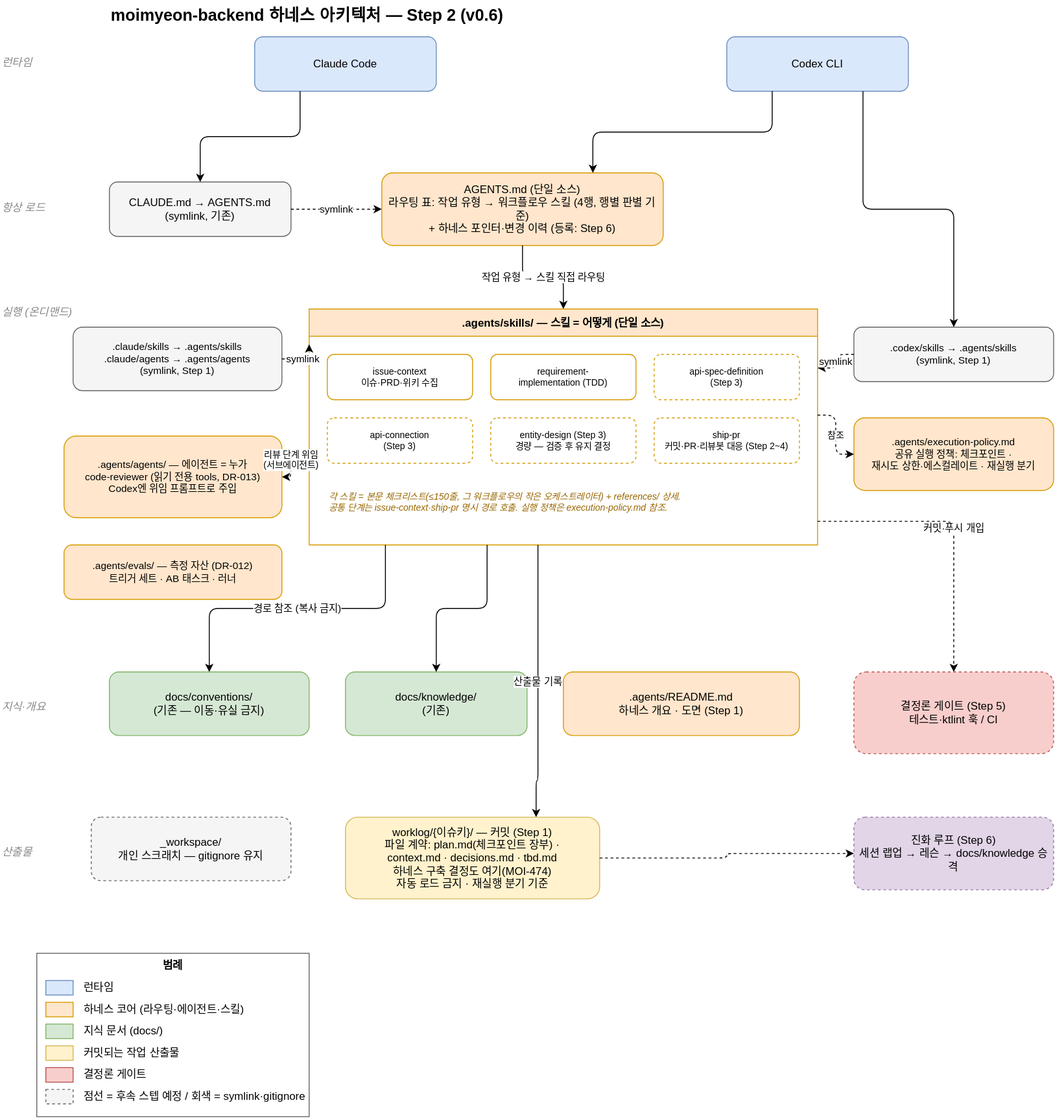
Before: .agents/harness-architecture.drawio.svg, a diagram exported from draw.io (100Thieves-team/moimyeon-backend). Source tidied: cells renumbered, new cells last; positions are measured from the earlier drawing's top-left corner, leaving out a move shared by most shapes.
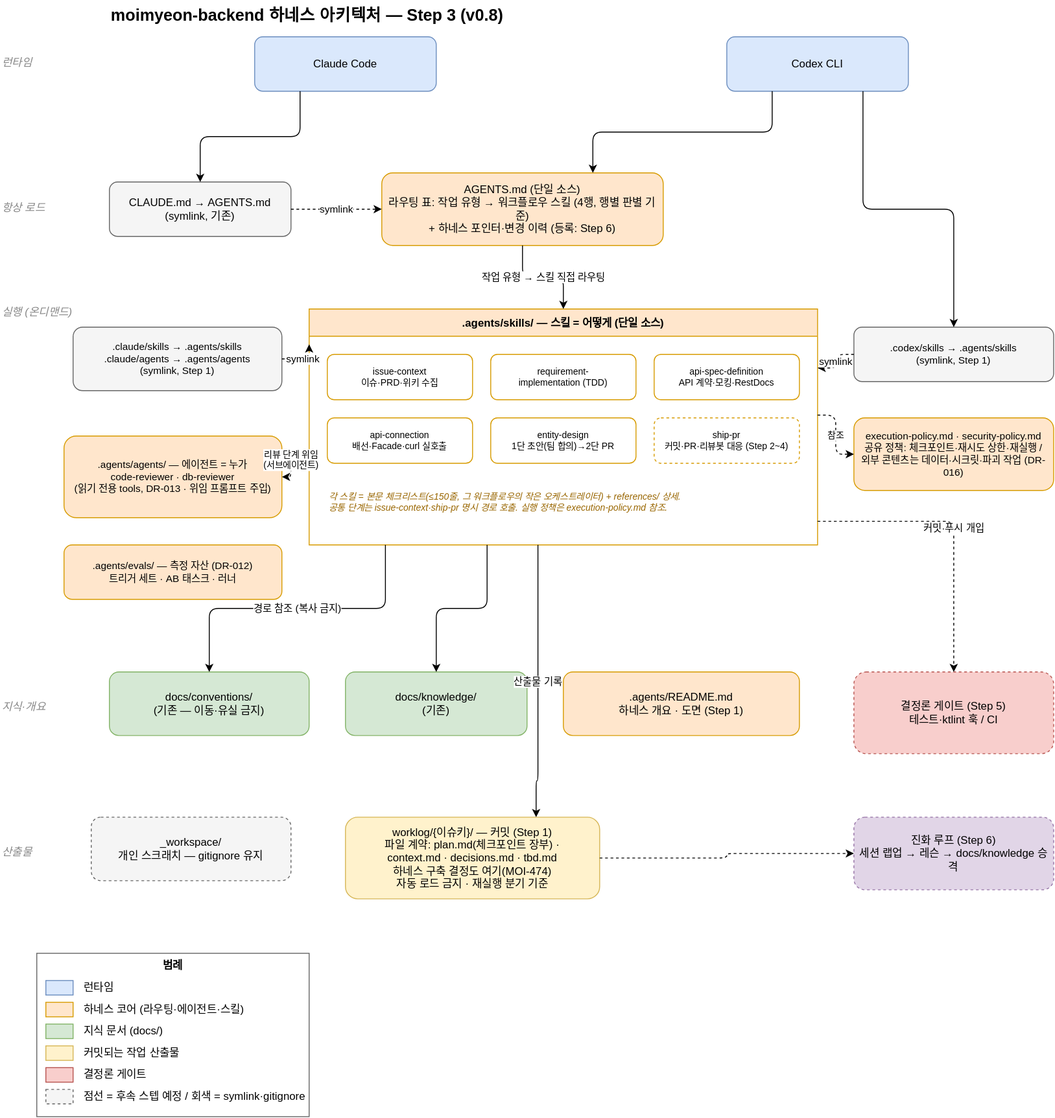
The same file after the commit.

Diff of the diagram source:
```diff
@@ -2,7 +2,7 @@
   <root>
     <mxCell id="0" />
     <mxCell id="1" parent="0" />
-    <mxCell id="2" value="moimyeon-backend 하네스 아키텍처 — Step 2 (v0.6)" style="text;html=1;align=left;fontSize=18;fontStyle=1;" parent="1" vertex="1">
+    <mxCell id="2" value="moimyeon-backend 하네스 아키텍처 — Step 3 (v0.8)" style="text;html=1;align=left;fontSize=18;fontStyle=1;" parent="1" vertex="1">
       <mxGeometry x="120" width="620" height="30" as="geometry" />
     </mxCell>
     <mxCell id="3" value="런타임" style="text;html=1;align=left;fontStyle=2;fontColor=#888888;" parent="1" vertex="1">
@@ -47,13 +47,13 @@
     <mxCell id="16" value="requirement-&#10;implementation (TDD)" style="rounded=1;whiteSpace=wrap;html=1;fillColor=#ffffff;strokeColor=#d79b00;fontSize=10;" parent="14" vertex="1">
       <mxGeometry x="200" y="50" width="160" height="50" as="geometry" />
     </mxCell>
-    <mxCell id="17" value="api-spec-definition&#10;(Step 3)" style="rounded=1;whiteSpace=wrap;html=1;fillColor=#ffffff;strokeColor=#d79b00;dashed=1;fontSize=10;" parent="14" vertex="1">
+    <mxCell id="17" value="api-spec-definition&#10;API 계약·모킹·RestDocs" style="rounded=1;whiteSpace=wrap;html=1;fillColor=#ffffff;strokeColor=#d79b00;fontSize=10;" parent="14" vertex="1">
       <mxGeometry x="380" y="50" width="160" height="50" as="geometry" />
     </mxCell>
-    <mxCell id="18" value="api-connection&#10;(Step 3)" style="rounded=1;whiteSpace=wrap;html=1;fillColor=#ffffff;strokeColor=#d79b00;dashed=1;fontSize=10;" parent="14" vertex="1">
+    <mxCell id="18" value="api-connection&#10;배선·Facade·curl 실호출" style="rounded=1;whiteSpace=wrap;html=1;fillColor=#ffffff;strokeColor=#d79b00;fontSize=10;" parent="14" vertex="1">
       <mxGeometry x="20" y="120" width="160" height="50" as="geometry" />
     </mxCell>
-    <mxCell id="19" value="entity-design (Step 3)&#10;경량 — 검증 후 유지 결정" style="rounded=1;whiteSpace=wrap;html=1;fillColor=#ffffff;strokeColor=#d79b00;dashed=1;fontSize=10;" parent="14" vertex="1">
+    <mxCell id="19" value="entity-design&#10;1단 초안(팀 합의)→2단 PR" style="rounded=1;whiteSpace=wrap;html=1;fillColor=#ffffff;strokeColor=#d79b00;fontSize=10;" parent="14" vertex="1">
       <mxGeometry x="200" y="120" width="160" height="50" as="geometry" />
     </mxCell>
     <mxCell id="20" value="ship-pr&#10;커밋·PR·리뷰봇 대응 (Step 2~4)" style="rounded=1;whiteSpace=wrap;html=1;fillColor=#ffffff;strokeColor=#d79b00;dashed=1;fontSize=10;" parent="14" vertex="1">
@@ -62,13 +62,13 @@
     <mxCell id="21" value="각 스킬 = 본문 체크리스트(≤150줄, 그 워크플로우의 작은 오케스트레이터) + references/ 상세.&#10;공통 단계는 issue-context·ship-pr 명시 경로 호출. 실행 정책은 execution-policy.md 참조." style="text;html=1;align=left;verticalAlign=middle;fontSize=10;fontStyle=2;fontColor=#996600;" parent="14" vertex="1">
       <mxGeometry x="20" y="185" width="520" height="55" as="geometry" />
     </mxCell>
-    <mxCell id="22" value=".agents/execution-policy.md&#10;공유 실행 정책: 체크포인트 ·&#10;재시도 상한·에스컬레이트 · 재실행 분기" style="rounded=1;whiteSpace=wrap;html=1;fillColor=#ffe6cc;strokeColor=#d79b00;fontSize=11;" parent="1" vertex="1">
+    <mxCell id="22" value="execution-policy.md · security-policy.md&#10;공유 정책: 체크포인트·재시도 상한·재실행 /&#10;외부 콘텐츠는 데이터·시크릿·파괴 작업 (DR-016)" style="rounded=1;whiteSpace=wrap;html=1;fillColor=#ffe6cc;strokeColor=#d79b00;fontSize=11;" parent="1" vertex="1">
       <mxGeometry x="940" y="460" width="220" height="80" as="geometry" />
     </mxCell>
     <mxCell id="23" value="참조" style="edgeStyle=orthogonalEdgeStyle;rounded=1;jettySize=auto;html=1;dashed=1;exitX=1;exitY=0.45;exitDx=0;exitDy=0;entryX=0;entryY=0.5;entryDx=0;entryDy=0;labelBackgroundColor=#ffffff;fontSize=10;" parent="1" edge="1" source="14" target="22">
       <mxGeometry relative="1" as="geometry" />
     </mxCell>
-    <mxCell id="24" value=".agents/agents/ — 에이전트 = 누가&#10;code-reviewer (읽기 전용 tools, DR-013)&#10;Codex엔 위임 프롬프트로 주입" style="rounded=1;whiteSpace=wrap;html=1;fillColor=#ffe6cc;strokeColor=#d79b00;fontSize=11;" parent="1" vertex="1">
+    <mxCell id="24" value=".agents/agents/ — 에이전트 = 누가&#10;code-reviewer · db-reviewer&#10;(읽기 전용 tools, DR-013 · 위임 프롬프트 주입)" style="rounded=1;whiteSpace=wrap;html=1;fillColor=#ffe6cc;strokeColor=#d79b00;fontSize=11;" parent="1" vertex="1">
       <mxGeometry x="70" y="480" width="240" height="90" as="geometry" />
     </mxCell>
     <mxCell id="25" value=".agents/evals/ — 측정 자산 (DR-012)&#10;트리거 세트 · AB 태스크 · 러너" style="rounded=1;whiteSpace=wrap;html=1;fillColor=#ffe6cc;strokeColor=#d79b00;fontSize=11;" parent="1" vertex="1">
```
